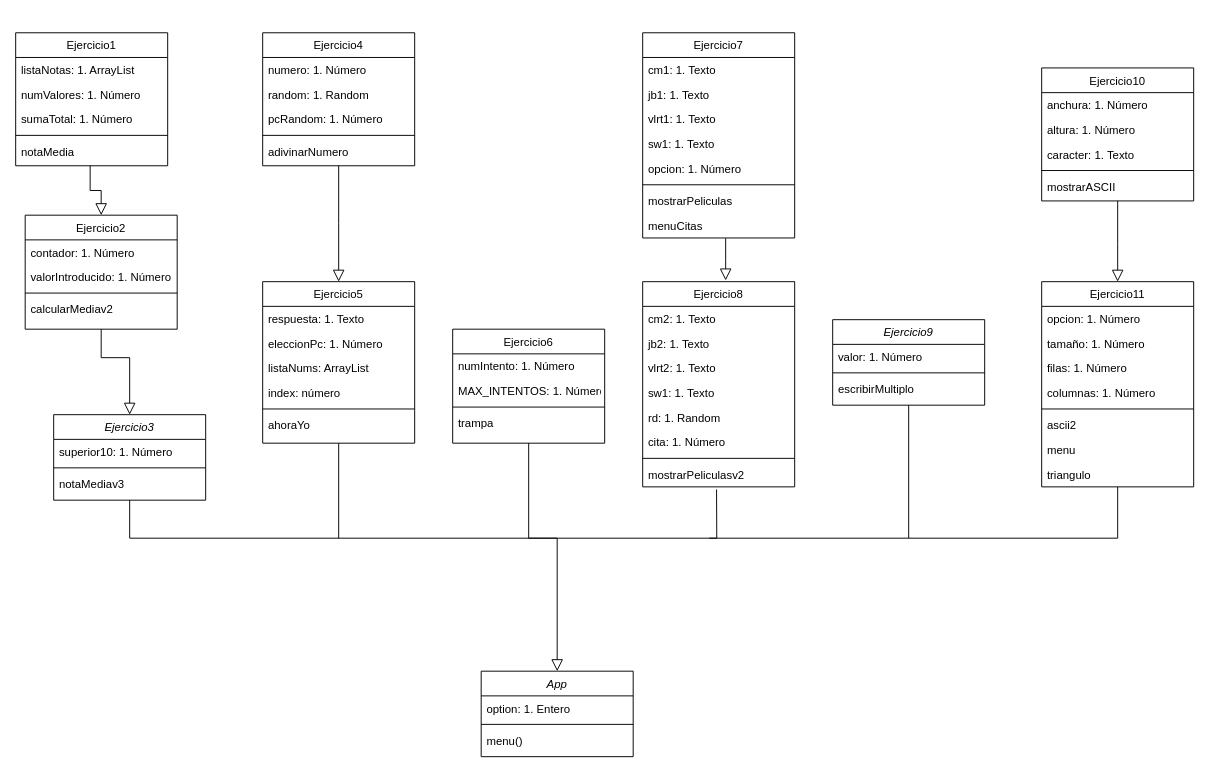
This is LosBuclesUML.drawio from Patriesc/LosBucles, a draw.io file, before an edit. Source tidied: cells renumbered, new cells numbered last; positions are measured from the earlier drawing's top-left corner, leaving out a move shared by most shapes. Both pictures are drawn from the tidied source at 95%, with x=0, y=0 at pixel (15, 32).
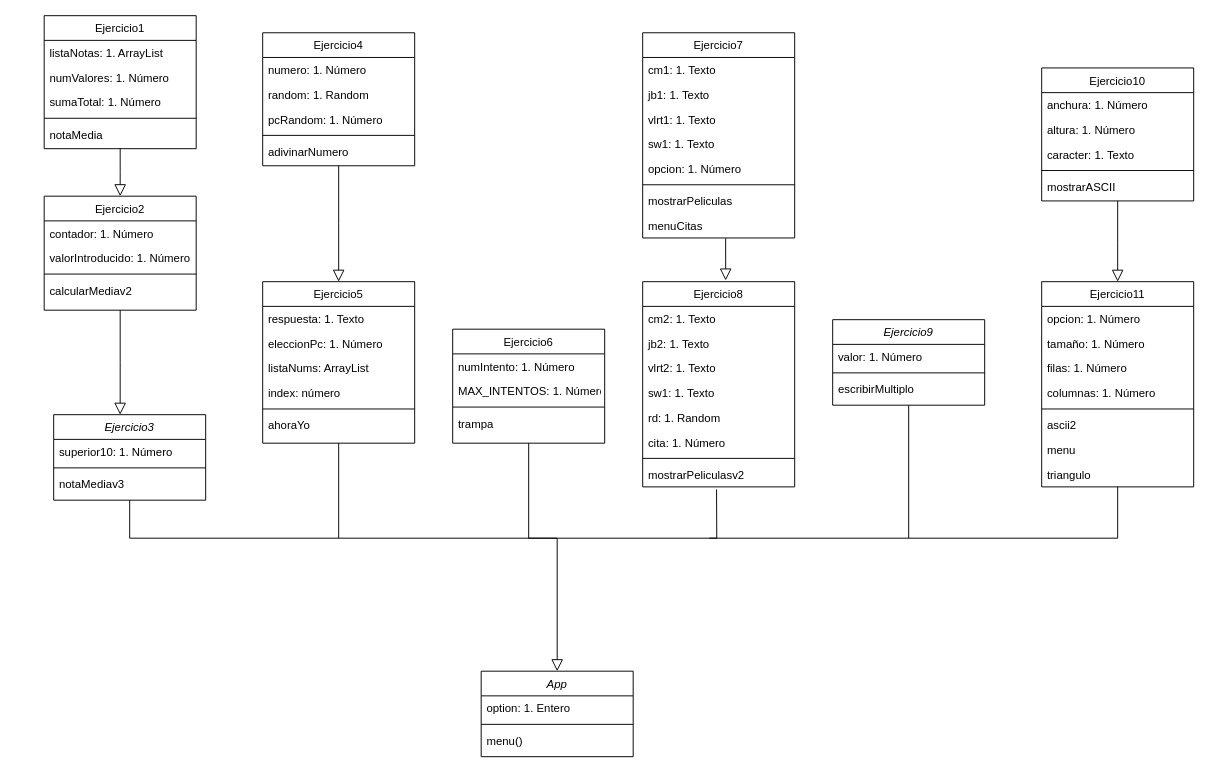
The same page after the edit.

The change refers to these unchanged cells:
```xml
<mxCell id="17" value="notaMedia" style="text;align=left;verticalAlign=top;spacingLeft=4;spacingRight=4;overflow=hidden;points=[[0,0.5],[1,0.5]];portConstraint=eastwest;" parent="12" vertex="1">
  <mxGeometry y="112" width="160" height="26" as="geometry" />
</mxCell>
<mxCell id="19" value="Ejercicio3" style="swimlane;fontStyle=2;align=center;verticalAlign=top;horizontal=1;startSize=26;rounded=0;shadow=0;strokeWidth=1;" parent="1" vertex="1">
  <mxGeometry x="40" y="402" width="160" height="90" as="geometry" />
</mxCell>
```

Diff of the diagram source:
```diff
@@
     <mxCell id="6" value="Ejercicio2" style="swimlane;fontStyle=0;align=center;verticalAlign=top;horizontal=1;startSize=26;rounded=0;shadow=0;strokeWidth=1;" parent="1" vertex="1">
-      <mxGeometry x="10" y="192" width="160" height="120" as="geometry" />
+      <mxGeometry x="30" y="172" width="160" height="120" as="geometry" />
     </mxCell>
@@
-    <mxCell id="11" style="endArrow=block;endSize=10;endFill=0;shadow=0;strokeWidth=1;rounded=0;edgeStyle=elbowEdgeStyle;elbow=vertical;exitX=0.5;exitY=1;exitDx=0;exitDy=0;entryX=0.5;entryY=0;entryDx=0;entryDy=0;" parent="1" edge="1" source="6" target="19">
-      <mxGeometry relative="1" as="geometry">
-        <Array as="points">
-          <mxPoint x="80" y="342" />
-          <mxPoint x="280" y="442" />
-        </Array>
-      </mxGeometry>
-    </mxCell>
     <mxCell id="12" value="Ejercicio1" style="swimlane;fontStyle=0;align=center;verticalAlign=top;horizontal=1;startSize=26;rounded=0;shadow=0;strokeWidth=1;" parent="1" vertex="1">
-      <mxGeometry width="160" height="140" as="geometry" />
+      <mxGeometry x="30" y="-18" width="160" height="140" as="geometry" />
     </mxCell>
@@
-    <mxCell id="18" style="endArrow=block;endSize=10;endFill=0;shadow=0;strokeWidth=1;rounded=0;edgeStyle=elbowEdgeStyle;elbow=vertical;exitX=0.49;exitY=1.065;exitDx=0;exitDy=0;exitPerimeter=0;entryX=0.5;entryY=0;entryDx=0;entryDy=0;" parent="1" edge="1" source="17" target="6">
-      <mxGeometry relative="1" as="geometry" />
-    </mxCell>
@@
+    <mxCell id="87" style="endArrow=block;endSize=10;endFill=0;shadow=0;strokeWidth=1;rounded=0;edgeStyle=elbowEdgeStyle;elbow=vertical;entryX=0.5;entryY=0;entryDx=0;entryDy=0;exitX=0.546;exitY=1.013;exitDx=0;exitDy=0;exitPerimeter=0;" parent="1" edge="1" target="6">
+      <mxGeometry relative="1" as="geometry">
+        <mxPoint x="110" y="122" as="sourcePoint" />
+      </mxGeometry>
+    </mxCell>
+    <mxCell id="88" style="endArrow=block;endSize=10;endFill=0;shadow=0;strokeWidth=1;rounded=0;edgeStyle=elbowEdgeStyle;elbow=vertical;entryX=0.5;entryY=0;entryDx=0;entryDy=0;" parent="1" edge="1">
+      <mxGeometry relative="1" as="geometry">
+        <mxPoint x="110" y="292" as="sourcePoint" />
+        <mxPoint x="110" y="402" as="targetPoint" />
+      </mxGeometry>
+    </mxCell>
```
